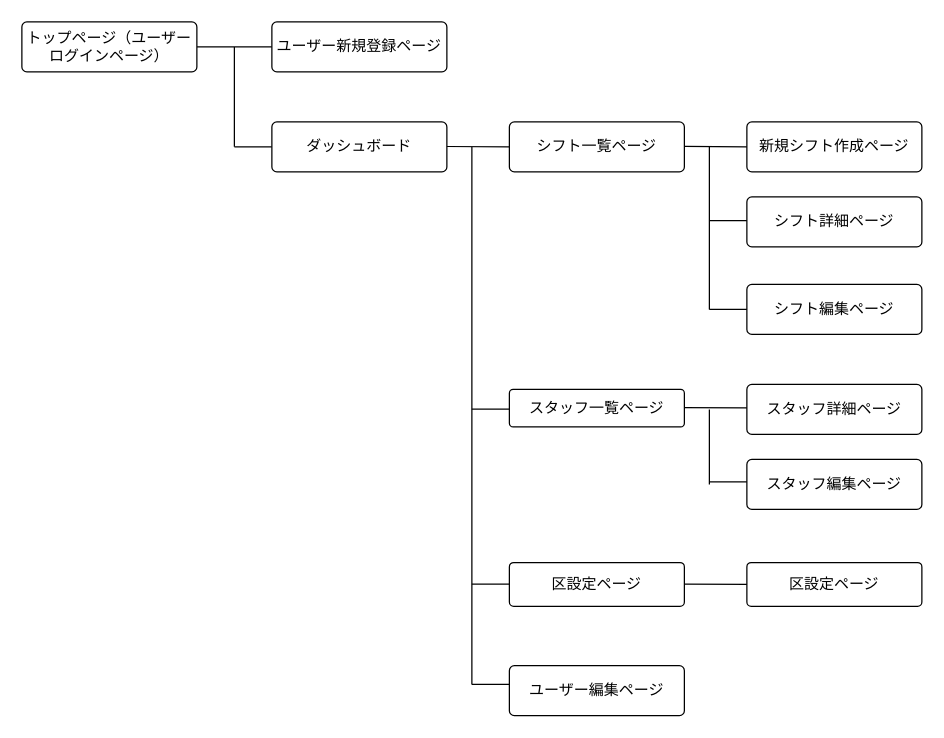
Before: 画面遷移図.dio in Yotsu001/shift-generator, a draw.io diagram. Source tidied: cells renumbered, new cells numbered last; positions are measured from the earlier drawing's top-left corner, leaving out a move shared by most shapes. Both pictures are drawn from the tidied source at 125%, with x=0, y=0 at pixel (21, 21).
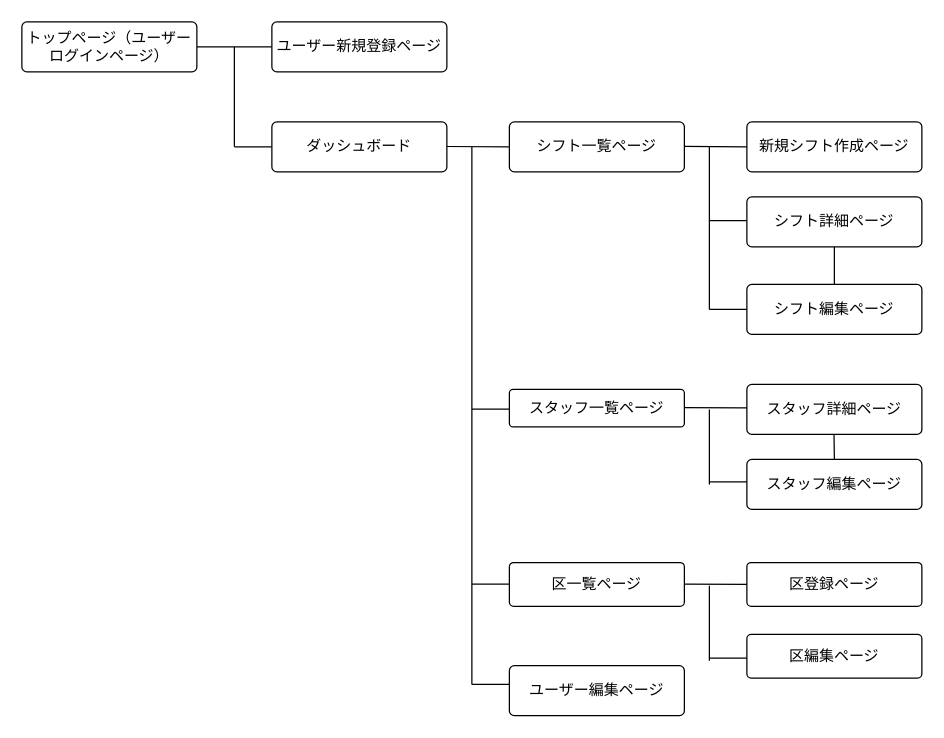
Above is the later version.

Commit message:
画面遷移図の更新

Unchanged cells that the change refers to:
```xml
<mxCell id="8" value="シフト詳細ページ" style="rounded=1;arcSize=10;whiteSpace=wrap;html=1;align=center;" parent="1" vertex="1">
  <mxGeometry x="580" y="140" width="140" height="40" as="geometry" />
</mxCell>
<mxCell id="10" value="シフト編集ページ" style="rounded=1;arcSize=10;whiteSpace=wrap;html=1;align=center;" parent="1" vertex="1">
  <mxGeometry x="580" y="210" width="140" height="40" as="geometry" />
</mxCell>
```

What changed in the source:
```diff
@@
-    <mxCell id="15" value="区設定ページ" style="rounded=1;arcSize=10;whiteSpace=wrap;html=1;align=center;" parent="1" vertex="1">
+    <mxCell id="15" value="区一覧ページ" style="rounded=1;arcSize=10;whiteSpace=wrap;html=1;align=center;" parent="1" vertex="1">
       <mxGeometry x="390" y="432.5" width="140" height="35" as="geometry" />
     </mxCell>
-    <mxCell id="16" value="区設定ページ" style="rounded=1;arcSize=10;whiteSpace=wrap;html=1;align=center;" parent="1" vertex="1">
+    <mxCell id="16" value="区登録ページ" style="rounded=1;arcSize=10;whiteSpace=wrap;html=1;align=center;" parent="1" vertex="1">
       <mxGeometry x="580" y="432.5" width="140" height="35" as="geometry" />
     </mxCell>
@@
+    <mxCell id="31" style="edgeStyle=none;html=1;endArrow=none;endFill=0;exitX=0.5;exitY=0;exitDx=0;exitDy=0;entryX=0.5;entryY=1;entryDx=0;entryDy=0;" parent="1" edge="1" source="10" target="8">
+      <mxGeometry relative="1" as="geometry">
+        <Array as="points">
+          <mxPoint x="650" y="200" />
+        </Array>
+      </mxGeometry>
+    </mxCell>
+    <mxCell id="32" style="edgeStyle=none;html=1;endArrow=none;endFill=0;entryX=0.5;entryY=1;entryDx=0;entryDy=0;" parent="1" edge="1">
+      <mxGeometry relative="1" as="geometry">
+        <mxPoint x="650" y="350" as="sourcePoint" />
+        <mxPoint x="649.7" y="330" as="targetPoint" />
+        <Array as="points">
+          <mxPoint x="649.7" y="350" />
+        </Array>
+      </mxGeometry>
+    </mxCell>
+    <mxCell id="33" value="区編集ページ" style="rounded=1;arcSize=10;whiteSpace=wrap;html=1;align=center;" parent="1" vertex="1">
+      <mxGeometry x="580" y="490" width="140" height="35" as="geometry" />
+    </mxCell>
+    <mxCell id="34" style="edgeStyle=none;html=1;endArrow=none;endFill=0;exitX=0;exitY=0.5;exitDx=0;exitDy=0;" parent="1" edge="1">
+      <mxGeometry relative="1" as="geometry">
+        <mxPoint x="580" y="509" as="sourcePoint" />
+        <mxPoint x="550" y="509" as="targetPoint" />
+      </mxGeometry>
+    </mxCell>
+    <mxCell id="35" style="edgeStyle=none;html=1;endArrow=none;endFill=0;" parent="1" edge="1">
+      <mxGeometry relative="1" as="geometry">
+        <mxPoint x="550" y="511" as="sourcePoint" />
+        <mxPoint x="550" y="451" as="targetPoint" />
+      </mxGeometry>
+    </mxCell>
```
